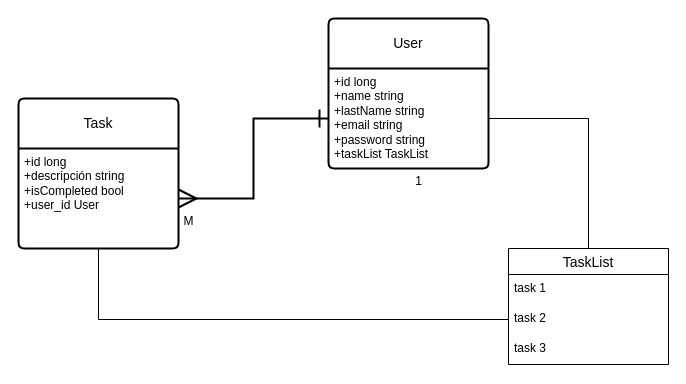
Above: todo-master.drawio in Draekk/todo-app (draw.io), before the change. Source tidied: cells renumbered, new cells numbered last; positions are measured from the earlier drawing's top-left corner, leaving out a move shared by most shapes. Both pictures are drawn from the tidied source at 100%, with x=0, y=0 at pixel (18, 18).
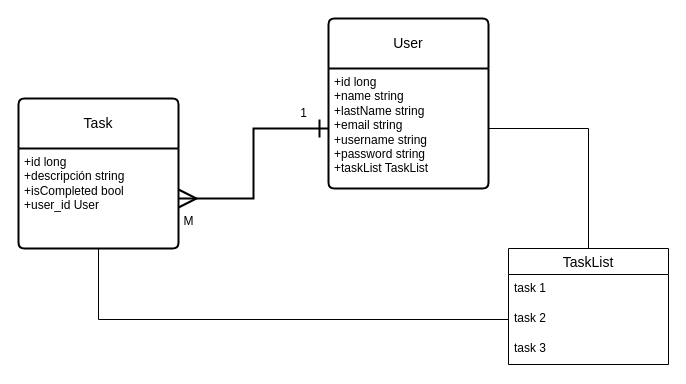
After the change.

The edit, as a diff of the source:
```diff
@@
 <mxGraphModel>
   <root>
     <mxCell id="0" />
     <mxCell id="1" parent="0" />
     <mxCell id="2" value="User" style="swimlane;horizontal=1;startSize=50;rounded=1;fontSize=14;fontStyle=0;strokeWidth=2;shadow=0;dashed=0;align=center;arcSize=4;whiteSpace=wrap;html=1;" parent="1" vertex="1">
-      <mxGeometry x="310" width="160" height="150" as="geometry" />
+      <mxGeometry x="310" width="160" height="170" as="geometry" />
     </mxCell>
-    <mxCell id="3" value="+id long&lt;br&gt;+name string&lt;br&gt;+lastName string&lt;br&gt;+email string&lt;br&gt;+password string&lt;br&gt;+taskList TaskList" style="align=left;strokeColor=none;fillColor=none;spacingLeft=4;fontSize=12;verticalAlign=top;html=1;" parent="2" vertex="1">
-      <mxGeometry y="50" width="160" height="100" as="geometry" />
+    <mxCell id="3" value="+id long&lt;br&gt;+name string&lt;br&gt;+lastName string&lt;br&gt;+email string&lt;br&gt;+username string&lt;br&gt;+password string&lt;br&gt;+taskList TaskList" style="align=left;strokeColor=none;fillColor=none;spacingLeft=4;fontSize=12;verticalAlign=top;html=1;" parent="2" vertex="1">
+      <mxGeometry y="50" width="160" height="120" as="geometry" />
     </mxCell>
     <mxCell id="4" value="Task" style="swimlane;horizontal=1;startSize=50;rounded=1;fontSize=14;fontStyle=0;strokeWidth=2;shadow=0;dashed=0;align=center;arcSize=4;whiteSpace=wrap;html=1;" parent="1" vertex="1">
       <mxGeometry y="80" width="160" height="150" as="geometry" />
     </mxCell>
     <mxCell id="5" value="+id long&lt;br&gt;+descripción string&lt;br&gt;+isCompleted bool&lt;br&gt;+user_id User" style="align=left;strokeColor=none;fillColor=none;spacingLeft=4;fontSize=12;verticalAlign=top;html=1;" parent="4" vertex="1">
       <mxGeometry y="50" width="160" height="100" as="geometry" />
     </mxCell>
     <mxCell id="6" style="edgeStyle=orthogonalEdgeStyle;rounded=0;jettySize=auto;html=1;entryX=0;entryY=0.5;entryDx=0;entryDy=0;startArrow=ERmany;startFill=0;endArrow=ERone;endFill=0;endSize=15;startSize=15;strokeWidth=2;" parent="1" edge="1" source="5" target="3">
       <mxGeometry relative="1" as="geometry" />
     </mxCell>
     <mxCell id="7" value="1" style="text;html=1;align=center;verticalAlign=middle;strokeColor=none;fillColor=none;" parent="1" vertex="1">
-      <mxGeometry x="385" y="148" width="30" height="30" as="geometry" />
+      <mxGeometry x="270" y="80" width="30" height="30" as="geometry" />
     </mxCell>
     <mxCell id="8" value="M" style="text;html=1;align=center;verticalAlign=middle;strokeColor=none;fillColor=none;" parent="1" vertex="1">
       <mxGeometry x="155" y="188" width="30" height="30" as="geometry" />
     </mxCell>
     <mxCell id="9" value="TaskList" style="swimlane;fontStyle=0;horizontal=1;startSize=26;align=center;fontSize=14;" parent="1" vertex="1">
       <mxGeometry x="490" y="230" width="160" height="116" as="geometry" />
     </mxCell>
     <mxCell id="10" value="task 1" style="text;strokeColor=none;fillColor=none;spacingLeft=4;spacingRight=4;overflow=hidden;fontSize=12;whiteSpace=wrap;html=1;" parent="9" vertex="1">
       <mxGeometry y="26" width="160" height="30" as="geometry" />
     </mxCell>
     <mxCell id="11" value="task 2" style="text;strokeColor=none;fillColor=none;spacingLeft=4;spacingRight=4;overflow=hidden;points=[[0,0.5],[1,0.5]];portConstraint=eastwest;fontSize=12;whiteSpace=wrap;html=1;" parent="9" vertex="1">
       <mxGeometry y="56" width="160" height="30" as="geometry" />
     </mxCell>
     <mxCell id="12" value="task 3" style="text;strokeColor=none;fillColor=none;spacingLeft=4;spacingRight=4;overflow=hidden;fontSize=12;whiteSpace=wrap;html=1;" parent="9" vertex="1">
       <mxGeometry y="86" width="160" height="30" as="geometry" />
     </mxCell>
     <mxCell id="13" style="edgeStyle=orthogonalEdgeStyle;rounded=0;jettySize=auto;html=1;entryX=0.5;entryY=0;entryDx=0;entryDy=0;endArrow=none;endFill=0;" parent="1" edge="1" source="3" target="9">
       <mxGeometry relative="1" as="geometry" />
     </mxCell>
     <mxCell id="14" style="edgeStyle=orthogonalEdgeStyle;rounded=0;jettySize=auto;html=1;entryX=0.5;entryY=1;entryDx=0;entryDy=0;startArrow=none;startFill=0;endArrow=none;endFill=0;" parent="1" edge="1" source="11" target="5">
       <mxGeometry relative="1" as="geometry" />
     </mxCell>
   </root>
 </mxGraphModel>
```
